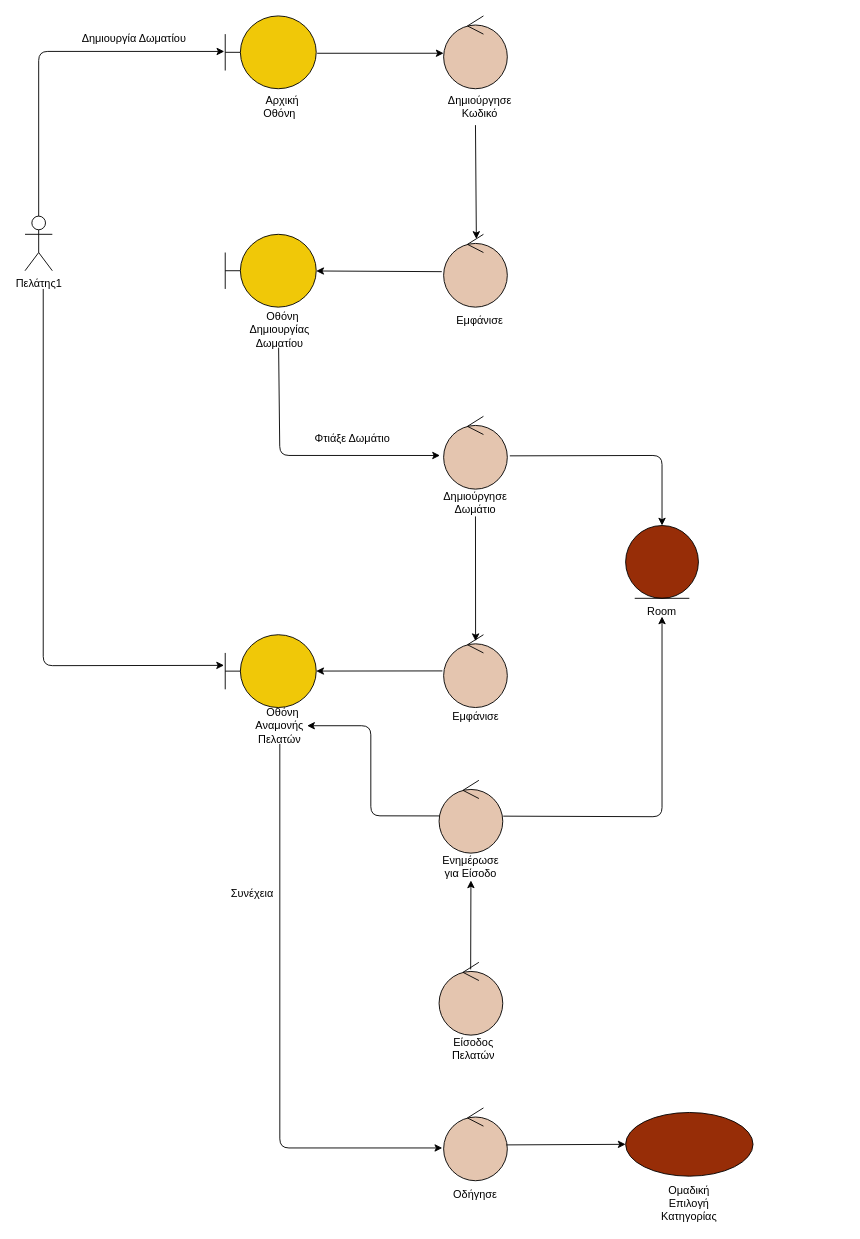
The draw.io diagram docs/contributions/JoannaAgo/Phase_5/Create Room/Create_Room_Robustness.drawio in iloudaros/nomnomr, before the edit. Source tidied: cells renumbered, new cells numbered last; positions are measured from the earlier drawing's top-left corner, leaving out a move shared by most shapes. Both pictures are drawn from the tidied source at 91%, with x=0, y=0 at pixel (25, 15).
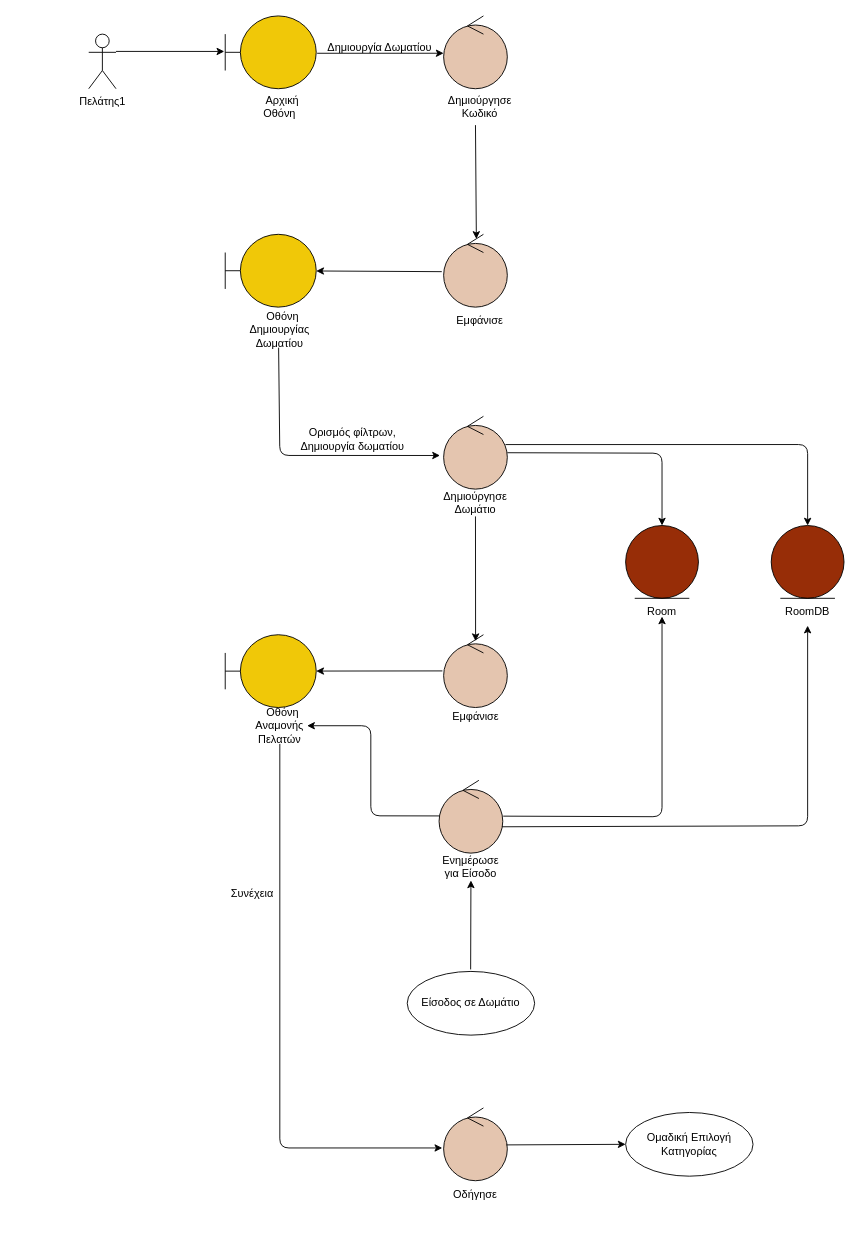
Above is the later version.

The change refers to these unchanged cells:
```xml
<mxCell id="3" style="shape=umlBoundary;whiteSpace=wrap;html=1;fillColor=#F0C808;" parent="1" vertex="1">
  <mxGeometry x="220" width="100" height="80" as="geometry" />
</mxCell>
<mxCell id="16" style="ellipse;shape=umlControl;whiteSpace=wrap;html=1;fillColor=#E4C5AF;" parent="1" vertex="1">
  <mxGeometry x="460" y="440" width="70" height="80" as="geometry" />
</mxCell>
<mxCell id="19" style="ellipse;shape=umlEntity;whiteSpace=wrap;html=1;fillColor=#972D07;" parent="1" vertex="1">
  <mxGeometry x="660" y="560" width="80" height="80" as="geometry" />
</mxCell>
<mxCell id="24" style="shape=umlBoundary;whiteSpace=wrap;html=1;fillColor=#F0C808;" parent="1" vertex="1">
  <mxGeometry x="220" y="680" width="100" height="80" as="geometry" />
</mxCell>
<mxCell id="30" style="ellipse;shape=umlControl;whiteSpace=wrap;html=1;fillColor=#E4C5AF;" parent="1" vertex="1">
  <mxGeometry x="455" y="840" width="70" height="80" as="geometry" />
</mxCell>
<mxCell id="31" value="Ενημέρωσε για Είσοδο" style="text;html=1;strokeColor=none;fillColor=none;align=center;verticalAlign=middle;whiteSpace=wrap;rounded=0;" parent="1" vertex="1">
  <mxGeometry x="460" y="920" width="60" height="30" as="geometry" />
</mxCell>
```

Diff of the diagram source:
```diff
@@
     <mxCell id="2" value="Πελάτης1" style="shape=umlActor;verticalLabelPosition=bottom;verticalAlign=top;html=1;" parent="1" vertex="1">
-      <mxGeometry y="220" width="30" height="60" as="geometry" />
+      <mxGeometry x="70" y="20" width="30" height="60" as="geometry" />
     </mxCell>
@@
-    <mxCell id="5" style="endArrow=classic;html=1;rounded=1;exitX=0.5;exitY=0;exitDx=0;exitDy=0;exitPerimeter=0;entryX=-0.01;entryY=0.488;entryDx=0;entryDy=0;entryPerimeter=0;" parent="1" edge="1" source="2" target="3">
+    <mxCell id="5" style="endArrow=classic;html=1;rounded=1;entryX=-0.01;entryY=0.488;entryDx=0;entryDy=0;entryPerimeter=0;" parent="1" edge="1" target="3">
       <mxGeometry relative="1" as="geometry">
-        <Array as="points">
-          <mxPoint x="15" y="39" />
-        </Array>
+        <mxPoint x="100" y="39" as="sourcePoint" />
       </mxGeometry>
     </mxCell>
@@
     <mxCell id="15" value="Δημιουργία Δωματίου" style="text;html=1;strokeColor=none;fillColor=none;align=center;verticalAlign=middle;whiteSpace=wrap;rounded=0;" parent="1" vertex="1">
-      <mxGeometry x="50" y="10" width="140" height="30" as="geometry" />
+      <mxGeometry x="320" y="20" width="140" height="30" as="geometry" />
     </mxCell>
@@
-    <mxCell id="21" style="endArrow=classic;html=1;rounded=1;exitX=1.039;exitY=0.543;exitDx=0;exitDy=0;entryX=0.5;entryY=0;entryDx=0;entryDy=0;exitPerimeter=0;" parent="1" edge="1" source="16" target="19">
+    <mxCell id="21" style="endArrow=classic;html=1;rounded=1;entryX=0.5;entryY=0;entryDx=0;entryDy=0;edgeStyle=orthogonalEdgeStyle;" parent="1" edge="1" target="19">
       <mxGeometry relative="1" as="geometry">
-        <Array as="points">
-          <mxPoint x="700" y="483" />
-        </Array>
+        <mxPoint x="530" y="480" as="sourcePoint" />
       </mxGeometry>
     </mxCell>
@@
-    <mxCell id="28" style="endArrow=classic;html=1;rounded=1;entryX=-0.013;entryY=0.421;entryDx=0;entryDy=0;entryPerimeter=0;" parent="1" edge="1" target="24">
-      <mxGeometry relative="1" as="geometry">
-        <mxPoint x="20" y="300" as="sourcePoint" />
-        <Array as="points">
-          <mxPoint x="20" y="714" />
-        </Array>
-      </mxGeometry>
-    </mxCell>
@@
-    <mxCell id="38" value="Ομαδική Επιλογή Κατηγορίας" style="text;html=1;strokeColor=none;fillColor=none;align=center;verticalAlign=middle;whiteSpace=wrap;rounded=0;" parent="1" vertex="1">
-      <mxGeometry x="700" y="1290" width="60" height="30" as="geometry" />
-    </mxCell>
-    <mxCell id="39" style="ellipse;shape=umlControl;whiteSpace=wrap;html=1;fillColor=#E4C5AF;" parent="1" vertex="1">
-      <mxGeometry x="455" y="1040" width="70" height="80" as="geometry" />
-    </mxCell>
-    <mxCell id="40" style="endArrow=classic;html=1;rounded=0;entryX=0.5;entryY=1;entryDx=0;entryDy=0;exitX=0.496;exitY=0.097;exitDx=0;exitDy=0;exitPerimeter=0;" parent="1" edge="1" source="39" target="31">
-      <mxGeometry relative="1" as="geometry" />
+    <mxCell id="40" style="endArrow=classic;html=1;rounded=0;entryX=0.5;entryY=1;entryDx=0;entryDy=0;exitX=0.496;exitY=0.097;exitDx=0;exitDy=0;exitPerimeter=0;" parent="1" edge="1" target="31">
+      <mxGeometry relative="1" as="geometry">
+        <mxPoint x="489.7" y="1047.8" as="sourcePoint" />
+      </mxGeometry>
     </mxCell>
-    <mxCell id="41" value="Είσοδος Πελατών" style="text;html=1;strokeColor=none;fillColor=none;align=center;verticalAlign=middle;whiteSpace=wrap;rounded=0;" parent="1" vertex="1">
-      <mxGeometry x="462.5" y="1120" width="60" height="30" as="geometry" />
-    </mxCell>
-    <mxCell id="42" value="Φτιάξε Δωμάτιο" style="text;html=1;strokeColor=none;fillColor=none;align=center;verticalAlign=middle;whiteSpace=wrap;rounded=0;" parent="1" vertex="1">
+    <mxCell id="42" value="Ορισμός φίλτρων,&lt;br&gt;Δημιουργία δωματίου" style="text;html=1;strokeColor=none;fillColor=none;align=center;verticalAlign=middle;whiteSpace=wrap;rounded=0;" parent="1" vertex="1">
       <mxGeometry x="290" y="450" width="140" height="30" as="geometry" />
     </mxCell>
-    <mxCell id="43" style="ellipse;whiteSpace=wrap;html=1;fillColor=#972D07;" parent="1" vertex="1">
+    <mxCell id="43" value="Ομαδική Επιλογή Κατηγορίας" style="ellipse;whiteSpace=wrap;html=1;fillColor=#FFFFFF;" parent="1" vertex="1">
       <mxGeometry x="660" y="1205" width="140" height="70" as="geometry" />
     </mxCell>
+    <mxCell id="44" style="ellipse;shape=umlEntity;whiteSpace=wrap;html=1;fillColor=#972D07;" parent="1" vertex="1">
+      <mxGeometry x="820" y="560" width="80" height="80" as="geometry" />
+    </mxCell>
+    <mxCell id="45" value="RoomDB" style="text;html=1;strokeColor=none;fillColor=none;align=center;verticalAlign=middle;whiteSpace=wrap;rounded=0;" parent="1" vertex="1">
+      <mxGeometry x="830" y="640" width="60" height="30" as="geometry" />
+    </mxCell>
+    <mxCell id="46" style="endArrow=classic;html=1;rounded=1;exitX=0.971;exitY=0.388;exitDx=0;exitDy=0;entryX=0.5;entryY=0;entryDx=0;entryDy=0;exitPerimeter=0;edgeStyle=orthogonalEdgeStyle;" parent="1" edge="1" source="16" target="44">
+      <mxGeometry relative="1" as="geometry" />
+    </mxCell>
+    <mxCell id="47" style="endArrow=classic;html=1;rounded=1;entryX=0.5;entryY=1;entryDx=0;entryDy=0;exitX=0.986;exitY=0.638;exitDx=0;exitDy=0;exitPerimeter=0;" parent="1" edge="1" source="30" target="45">
+      <mxGeometry relative="1" as="geometry">
+        <Array as="points">
+          <mxPoint x="860" y="890" />
+        </Array>
+      </mxGeometry>
+    </mxCell>
+    <mxCell id="48" value="Είσοδος σε Δωμάτιο" style="ellipse;whiteSpace=wrap;html=1;fillColor=#FFFFFF;" parent="1" vertex="1">
+      <mxGeometry x="420" y="1050" width="140" height="70" as="geometry" />
+    </mxCell>
```
